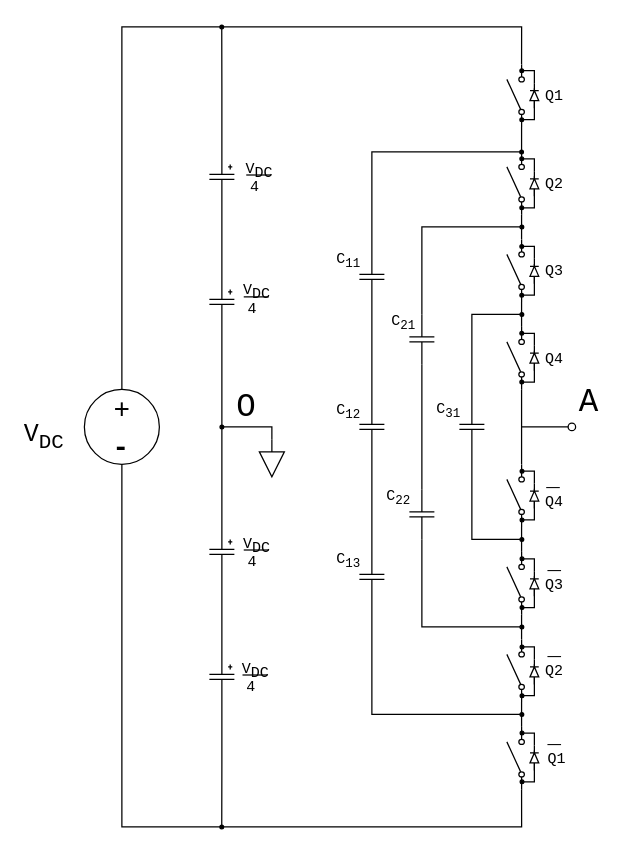
Before: FCMI.drawio in thece36/drawio, a draw.io diagram. Source tidied: cells renumbered, new cells numbered last; positions are measured from the earlier drawing's top-left corner, leaving out a move shared by most shapes. Both pictures are drawn from the tidied source at 125%, with x=0, y=0 at pixel (21, 26).
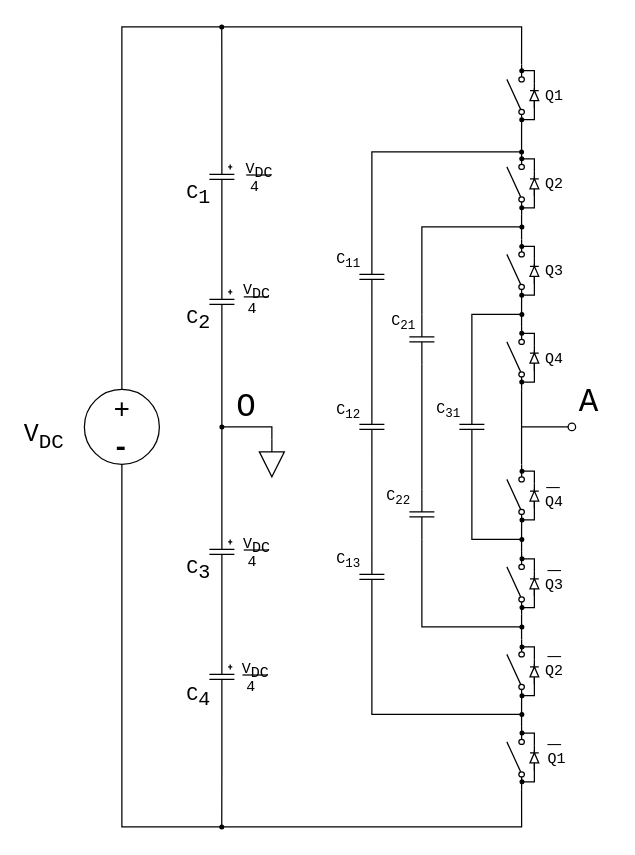
The same page after the edit.

Change to the diagram source:
```diff
@@
+    <mxCell id="111" value="&lt;font style=&quot;font-size: 16px;&quot; face=&quot;Courier New&quot;&gt;C&lt;sub style=&quot;font-size: 16px;&quot;&gt;1&lt;/sub&gt;&lt;/font&gt;" style="text;html=1;fontSize=16;" parent="1" vertex="1">
+      <mxGeometry x="130" y="115" width="30" height="30" as="geometry" />
+    </mxCell>
+    <mxCell id="112" value="&lt;font style=&quot;font-size: 16px&quot; face=&quot;Courier New&quot;&gt;C&lt;sub style=&quot;font-size: 16px&quot;&gt;2&lt;/sub&gt;&lt;/font&gt;" style="text;html=1;fontSize=16;" parent="1" vertex="1">
+      <mxGeometry x="130" y="215" width="30" height="30" as="geometry" />
+    </mxCell>
+    <mxCell id="113" value="&lt;font style=&quot;font-size: 16px&quot; face=&quot;Courier New&quot;&gt;C&lt;sub style=&quot;font-size: 16px&quot;&gt;4&lt;/sub&gt;&lt;/font&gt;" style="text;html=1;fontSize=16;" parent="1" vertex="1">
+      <mxGeometry x="130" y="517.4" width="30" height="30" as="geometry" />
+    </mxCell>
+    <mxCell id="114" value="&lt;font style=&quot;font-size: 16px&quot; face=&quot;Courier New&quot;&gt;C&lt;sub style=&quot;font-size: 16px&quot;&gt;3&lt;/sub&gt;&lt;/font&gt;" style="text;html=1;fontSize=16;" parent="1" vertex="1">
+      <mxGeometry x="130" y="415" width="30" height="30" as="geometry" />
+    </mxCell>
```
